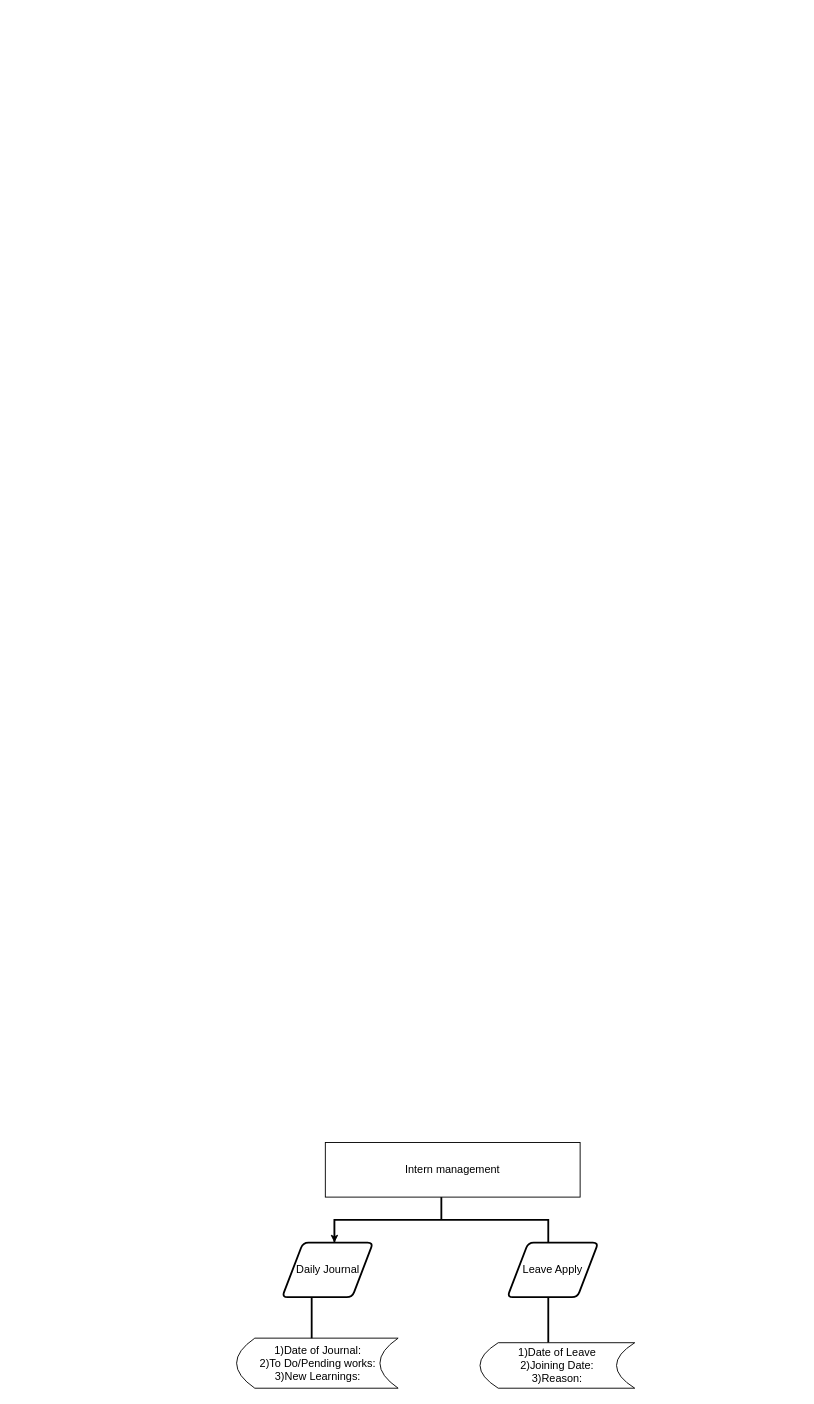
The draw.io diagram Untitled Diagram.drawio in Gowtham-77/task, before the edit. Source tidied: cells renumbered, new cells numbered last; positions are measured from the earlier drawing's top-left corner, leaving out a move shared by most shapes. Both pictures are drawn from the tidied source at 91%, with x=0, y=0 at pixel (236, 1142).
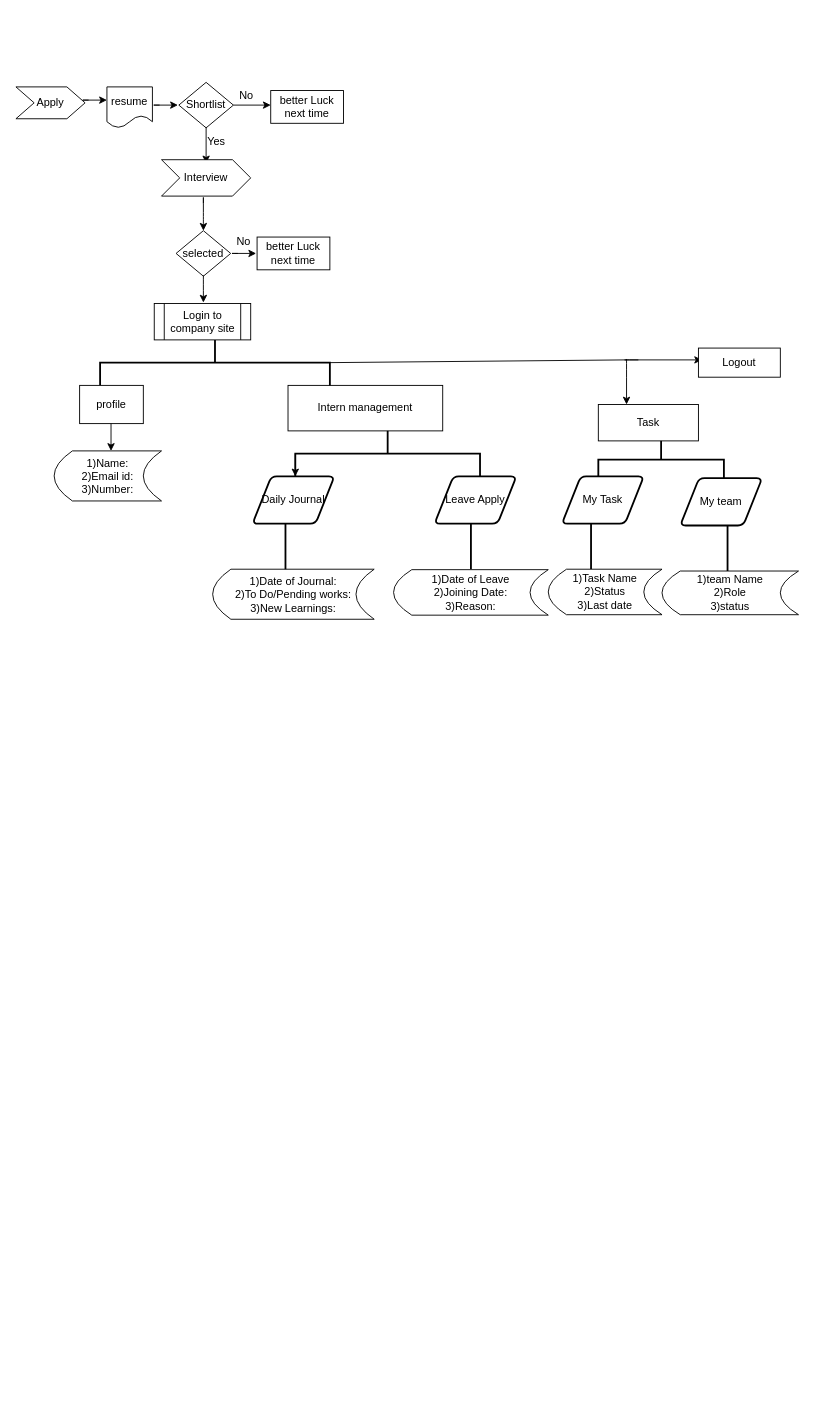
The same diagram, later.

What changed in the source:
```diff
@@
+    <mxCell id="11" style="endArrow=classic;html=1;" parent="1" edge="1">
+      <mxGeometry relative="1" as="geometry">
+        <mxPoint x="-162" y="-1145.5" as="sourcePoint" />
+        <mxPoint x="-142" y="-1145.5" as="targetPoint" />
+        <Array as="points">
+          <mxPoint x="-172" y="-1145.5" />
+        </Array>
+      </mxGeometry>
+    </mxCell>
+    <mxCell id="12" value="&lt;br&gt;&lt;br&gt;&lt;br&gt;&lt;br&gt;&lt;br&gt;&lt;br&gt;resume&lt;br&gt;&lt;br&gt;&lt;br&gt;&lt;br&gt;&lt;br&gt;&lt;br&gt;&lt;br&gt;" style="shape=document;whiteSpace=wrap;html=1;boundedLbl=1;" parent="1" vertex="1">
+      <mxGeometry x="-142" y="-1160" width="50" height="45" as="geometry" />
+    </mxCell>
+    <mxCell id="13" style="endArrow=classic;html=1;" parent="1" edge="1">
+      <mxGeometry relative="1" as="geometry">
+        <mxPoint x="-84" y="-1140" as="sourcePoint" />
+        <mxPoint x="-64" y="-1140" as="targetPoint" />
+        <Array as="points">
+          <mxPoint x="-94" y="-1140" />
+        </Array>
+      </mxGeometry>
+    </mxCell>
+    <mxCell id="14" value="Shortlist" style="rhombus;whiteSpace=wrap;html=1;" parent="1" vertex="1">
+      <mxGeometry x="-63" y="-1165" width="60" height="50" as="geometry" />
+    </mxCell>
+    <mxCell id="15" style="endArrow=classic;html=1;exitX=1;exitY=0.5;exitDx=0;exitDy=0;" parent="1" edge="1" source="14">
+      <mxGeometry relative="1" as="geometry">
+        <mxPoint x="38" y="-1140" as="targetPoint" />
+      </mxGeometry>
+    </mxCell>
+    <mxCell id="16" style="endArrow=classic;html=1;exitX=1;exitY=0.5;exitDx=0;exitDy=0;" parent="1" edge="1">
+      <mxGeometry relative="1" as="geometry">
+        <mxPoint x="-33" y="-1116" as="sourcePoint" />
+        <mxPoint x="-33" y="-1076" as="targetPoint" />
+      </mxGeometry>
+    </mxCell>
+    <mxCell id="17" style="endArrow=classic;html=1;" parent="1" edge="1">
+      <mxGeometry relative="1" as="geometry">
+        <mxPoint x="-36" y="-1032" as="sourcePoint" />
+        <mxPoint x="-36" y="-1002" as="targetPoint" />
+        <Array as="points">
+          <mxPoint x="-36" y="-1042" />
+          <mxPoint x="-36" y="-1012" />
+        </Array>
+      </mxGeometry>
+    </mxCell>
+    <mxCell id="18" value="selected" style="rhombus;whiteSpace=wrap;html=1;" parent="1" vertex="1">
+      <mxGeometry x="-66" y="-1002" width="60" height="50" as="geometry" />
+    </mxCell>
+    <mxCell id="19" value="better Luck next time" style="rounded=0;whiteSpace=wrap;html=1;" parent="1" vertex="1">
+      <mxGeometry x="38" y="-1156" width="80" height="36" as="geometry" />
+    </mxCell>
+    <mxCell id="20" value="No" style="text;html=1;align=center;verticalAlign=middle;strokeColor=none;" parent="1" vertex="1">
+      <mxGeometry x="-4" y="-1160" width="30" height="20" as="geometry" />
+    </mxCell>
+    <mxCell id="21" value="Yes" style="text;html=1;align=center;verticalAlign=middle;strokeColor=none;" parent="1" vertex="1">
+      <mxGeometry x="-37" y="-1110" width="30" height="20" as="geometry" />
+    </mxCell>
+    <mxCell id="22" style="endArrow=classic;html=1;" parent="1" edge="1">
+      <mxGeometry relative="1" as="geometry">
+        <mxPoint x="2" y="-977" as="sourcePoint" />
+        <mxPoint x="22" y="-977" as="targetPoint" />
+        <Array as="points">
+          <mxPoint x="-8" y="-977" />
+        </Array>
+      </mxGeometry>
+    </mxCell>
+    <mxCell id="23" value="No" style="text;html=1;align=center;verticalAlign=middle;strokeColor=none;" parent="1" vertex="1">
+      <mxGeometry x="-7" y="-1000" width="30" height="20" as="geometry" />
+    </mxCell>
+    <mxCell id="24" value="better Luck next time" style="rounded=0;whiteSpace=wrap;html=1;" parent="1" vertex="1">
+      <mxGeometry x="23" y="-995" width="80" height="36" as="geometry" />
+    </mxCell>
+    <mxCell id="25" style="endArrow=classic;html=1;" parent="1" edge="1">
+      <mxGeometry relative="1" as="geometry">
+        <mxPoint x="-36" y="-953" as="sourcePoint" />
+        <mxPoint x="-36" y="-923" as="targetPoint" />
+        <Array as="points">
+          <mxPoint x="-36" y="-953" />
+          <mxPoint x="-36" y="-943" />
+        </Array>
+      </mxGeometry>
+    </mxCell>
+    <mxCell id="26" value="Apply" style="shape=step;perimeter=stepPerimeter;whiteSpace=wrap;html=1;fixedSize=1;" parent="1" vertex="1">
+      <mxGeometry x="-242" y="-1160" width="76" height="35" as="geometry" />
+    </mxCell>
+    <mxCell id="27" value="Interview" style="shape=step;perimeter=stepPerimeter;whiteSpace=wrap;html=1;fixedSize=1;" parent="1" vertex="1">
+      <mxGeometry x="-82" y="-1080" width="98" height="40" as="geometry" />
+    </mxCell>
+    <mxCell id="28" value="Login to company site" style="shape=process;whiteSpace=wrap;html=1;backgroundOutline=1;" parent="1" vertex="1">
+      <mxGeometry x="-90" y="-922" width="106" height="40" as="geometry" />
+    </mxCell>
     <mxCell id="2" value="Intern management" style="rounded=0;whiteSpace=wrap;html=1;" parent="1" vertex="1">
-      <mxGeometry x="98" width="280" height="60" as="geometry" />
+      <mxGeometry x="57" y="-832" width="170" height="50" as="geometry" />
     </mxCell>
-    <mxCell id="3" style="strokeWidth=2;html=1;shape=mxgraph.flowchart.annotation_2;align=left;labelPosition=right;direction=south;" parent="1" vertex="1">
-      <mxGeometry x="108" y="60" width="235" height="50" as="geometry" />
-    </mxCell>
+    <mxCell id="29" style="strokeWidth=2;html=1;shape=mxgraph.flowchart.annotation_2;align=left;labelPosition=right;direction=south;" parent="1" vertex="1">
+      <mxGeometry x="65" y="-782" width="203" height="50" as="geometry" />
+    </mxCell>
     <mxCell id="4" value="Daily Journal" style="shape=parallelogram;html=1;strokeWidth=2;perimeter=parallelogramPerimeter;whiteSpace=wrap;rounded=1;arcSize=12;size=0.23;" parent="1" vertex="1">
-      <mxGeometry x="50.5" y="110" width="100" height="60" as="geometry" />
+      <mxGeometry x="18" y="-732" width="90" height="52" as="geometry" />
     </mxCell>
     <mxCell id="5" value="Leave Apply" style="shape=parallelogram;html=1;strokeWidth=2;perimeter=parallelogramPerimeter;whiteSpace=wrap;rounded=1;arcSize=12;size=0.23;" parent="1" vertex="1">
-      <mxGeometry x="298" y="110" width="100" height="60" as="geometry" />
+      <mxGeometry x="218" y="-732" width="90" height="52" as="geometry" />
     </mxCell>
-    <mxCell id="6" style="line;strokeWidth=2;direction=south;html=1;fontFamily=Helvetica;fontSize=12;fontColor=#000000;align=left;strokeColor=#000000;fillColor=#ffffff;" parent="1" vertex="1">
-      <mxGeometry x="8" y="170" width="150" height="50" as="geometry" />
-    </mxCell>
-    <mxCell id="7" style="edgeStyle=orthogonalEdgeStyle;rounded=0;orthogonalLoop=1;jettySize=auto;html=1;exitX=0.5;exitY=1;exitDx=0;exitDy=0;exitPerimeter=0;entryX=1;entryY=1;entryDx=0;entryDy=0;entryPerimeter=0;" parent="1" edge="1" source="3" target="3">
-      <mxGeometry relative="1" as="geometry" />
-    </mxCell>
-    <mxCell id="8" style="line;strokeWidth=2;direction=south;html=1;fontFamily=Helvetica;fontSize=12;fontColor=#000000;align=left;strokeColor=#000000;fillColor=#ffffff;" parent="1" vertex="1">
-      <mxGeometry x="268" y="170" width="150" height="50" as="geometry" />
-    </mxCell>
+    <mxCell id="30" style="edgeStyle=orthogonalEdgeStyle;rounded=0;orthogonalLoop=1;jettySize=auto;html=1;exitX=0.5;exitY=1;exitDx=0;exitDy=0;exitPerimeter=0;entryX=1;entryY=1;entryDx=0;entryDy=0;entryPerimeter=0;" parent="1" edge="1" source="29" target="29">
+      <mxGeometry relative="1" as="geometry" />
+    </mxCell>
+    <mxCell id="31" style="line;strokeWidth=2;direction=south;html=1;fontFamily=Helvetica;fontSize=12;fontColor=#000000;align=left;strokeColor=#000000;fillColor=#ffffff;" parent="1" vertex="1">
+      <mxGeometry x="183" y="-680" width="150" height="50" as="geometry" />
+    </mxCell>
     <mxCell id="9" value="1)Date of Leave&lt;br&gt;2)Joining Date:&lt;br&gt;3)Reason:" style="shape=dataStorage;whiteSpace=wrap;html=1;fixedSize=1;" parent="1" vertex="1">
-      <mxGeometry x="268" y="220" width="170" height="50" as="geometry" />
+      <mxGeometry x="173" y="-629.5" width="170" height="50" as="geometry" />
     </mxCell>
     <mxCell id="10" value="1)Date of Journal:&lt;br&gt;2)To Do/Pending works:&lt;br&gt;3)New Learnings:" style="shape=dataStorage;whiteSpace=wrap;html=1;fixedSize=1;" parent="1" vertex="1">
-      <mxGeometry x="0.5" y="215" width="177.5" height="55" as="geometry" />
+      <mxGeometry x="-25.8" y="-630" width="177.5" height="55" as="geometry" />
     </mxCell>
+    <mxCell id="32" style="line;strokeWidth=2;direction=south;html=1;fontFamily=Helvetica;fontSize=12;fontColor=#000000;align=left;strokeColor=#000000;fillColor=#ffffff;" parent="1" vertex="1">
+      <mxGeometry x="-20.8" y="-680" width="150" height="50" as="geometry" />
+    </mxCell>
+    <mxCell id="33" style="edgeStyle=none;rounded=0;jettySize=auto;html=1;" parent="1" edge="1" source="34" target="2">
+      <mxGeometry relative="1" as="geometry" />
+    </mxCell>
+    <mxCell id="34" style="strokeWidth=2;html=1;shape=mxgraph.flowchart.annotation_2;align=left;labelPosition=right;direction=south;" parent="1" vertex="1">
+      <mxGeometry x="-149.5" y="-882" width="252.5" height="50" as="geometry" />
+    </mxCell>
+    <mxCell id="35" value="profile" style="rounded=0;whiteSpace=wrap;html=1;" parent="1" vertex="1">
+      <mxGeometry x="-172" y="-832" width="70" height="42" as="geometry" />
+    </mxCell>
+    <mxCell id="36" style="endArrow=classic;html=1;" parent="1" edge="1">
+      <mxGeometry relative="1" as="geometry">
+        <mxPoint x="-137.5" y="-790" as="sourcePoint" />
+        <mxPoint x="-137.5" y="-760" as="targetPoint" />
+        <Array as="points">
+          <mxPoint x="-137.5" y="-790" />
+        </Array>
+      </mxGeometry>
+    </mxCell>
+    <mxCell id="37" value="1)Name:&lt;br&gt;2)Email id:&lt;br&gt;3)Number:" style="shape=dataStorage;whiteSpace=wrap;html=1;fixedSize=1;" parent="1" vertex="1">
+      <mxGeometry x="-200" y="-760" width="118" height="55" as="geometry" />
+    </mxCell>
+    <mxCell id="38" style="endArrow=none;html=1;exitX=0.5;exitY=0;exitDx=0;exitDy=0;exitPerimeter=0;" parent="1" edge="1" source="34">
+      <mxGeometry relative="1" as="geometry">
+        <mxPoint x="428" y="-860" as="targetPoint" />
+      </mxGeometry>
+    </mxCell>
+    <mxCell id="39" style="endArrow=classic;html=1;" parent="1" edge="1">
+      <mxGeometry relative="1" as="geometry">
+        <mxPoint x="429" y="-861" as="sourcePoint" />
+        <mxPoint x="429" y="-811" as="targetPoint" />
+        <Array as="points">
+          <mxPoint x="429" y="-851" />
+        </Array>
+      </mxGeometry>
+    </mxCell>
+    <mxCell id="40" value="Task" style="rounded=0;whiteSpace=wrap;html=1;" parent="1" vertex="1">
+      <mxGeometry x="398" y="-811" width="110" height="40" as="geometry" />
+    </mxCell>
+    <mxCell id="41" style="strokeWidth=2;html=1;shape=mxgraph.flowchart.annotation_2;align=left;labelPosition=right;direction=south;" parent="1" vertex="1">
+      <mxGeometry x="398" y="-771" width="138" height="41" as="geometry" />
+    </mxCell>
+    <mxCell id="42" value="My Task" style="shape=parallelogram;html=1;strokeWidth=2;perimeter=parallelogramPerimeter;whiteSpace=wrap;rounded=1;arcSize=12;size=0.23;" parent="1" vertex="1">
+      <mxGeometry x="358" y="-732" width="90" height="52" as="geometry" />
+    </mxCell>
+    <mxCell id="43" value="My team" style="shape=parallelogram;html=1;strokeWidth=2;perimeter=parallelogramPerimeter;whiteSpace=wrap;rounded=1;arcSize=12;size=0.23;" parent="1" vertex="1">
+      <mxGeometry x="488" y="-730" width="90" height="52" as="geometry" />
+    </mxCell>
+    <mxCell id="44" style="line;strokeWidth=2;direction=south;html=1;fontFamily=Helvetica;fontSize=12;fontColor=#000000;align=left;strokeColor=#000000;fillColor=#ffffff;" parent="1" vertex="1">
+      <mxGeometry x="315" y="-680" width="150" height="50" as="geometry" />
+    </mxCell>
+    <mxCell id="45" value="1)Task Name&lt;br&gt;2)Status&lt;br&gt;3)Last date" style="shape=dataStorage;whiteSpace=wrap;html=1;fixedSize=1;" parent="1" vertex="1">
+      <mxGeometry x="343" y="-630" width="125" height="50" as="geometry" />
+    </mxCell>
+    <mxCell id="46" value="1)team Name&lt;br&gt;2)Role&lt;br&gt;3)status" style="shape=dataStorage;whiteSpace=wrap;html=1;fixedSize=1;" parent="1" vertex="1">
+      <mxGeometry x="468" y="-628" width="150" height="48" as="geometry" />
+    </mxCell>
+    <mxCell id="47" style="line;strokeWidth=2;direction=south;html=1;fontFamily=Helvetica;fontSize=12;fontColor=#000000;align=left;strokeColor=#000000;fillColor=#ffffff;" parent="1" vertex="1">
+      <mxGeometry x="465" y="-678" width="150" height="50" as="geometry" />
+    </mxCell>
+    <mxCell id="48" style="endArrow=classic;html=1;" parent="1" edge="1">
+      <mxGeometry relative="1" as="geometry">
+        <mxPoint x="442" y="-860" as="sourcePoint" />
+        <mxPoint x="512" y="-860" as="targetPoint" />
+        <Array as="points">
+          <mxPoint x="422" y="-860" />
+        </Array>
+      </mxGeometry>
+    </mxCell>
+    <mxCell id="49" value="Logout" style="rounded=0;whiteSpace=wrap;html=1;" parent="1" vertex="1">
+      <mxGeometry x="508" y="-873" width="90" height="32" as="geometry" />
+    </mxCell>
```
